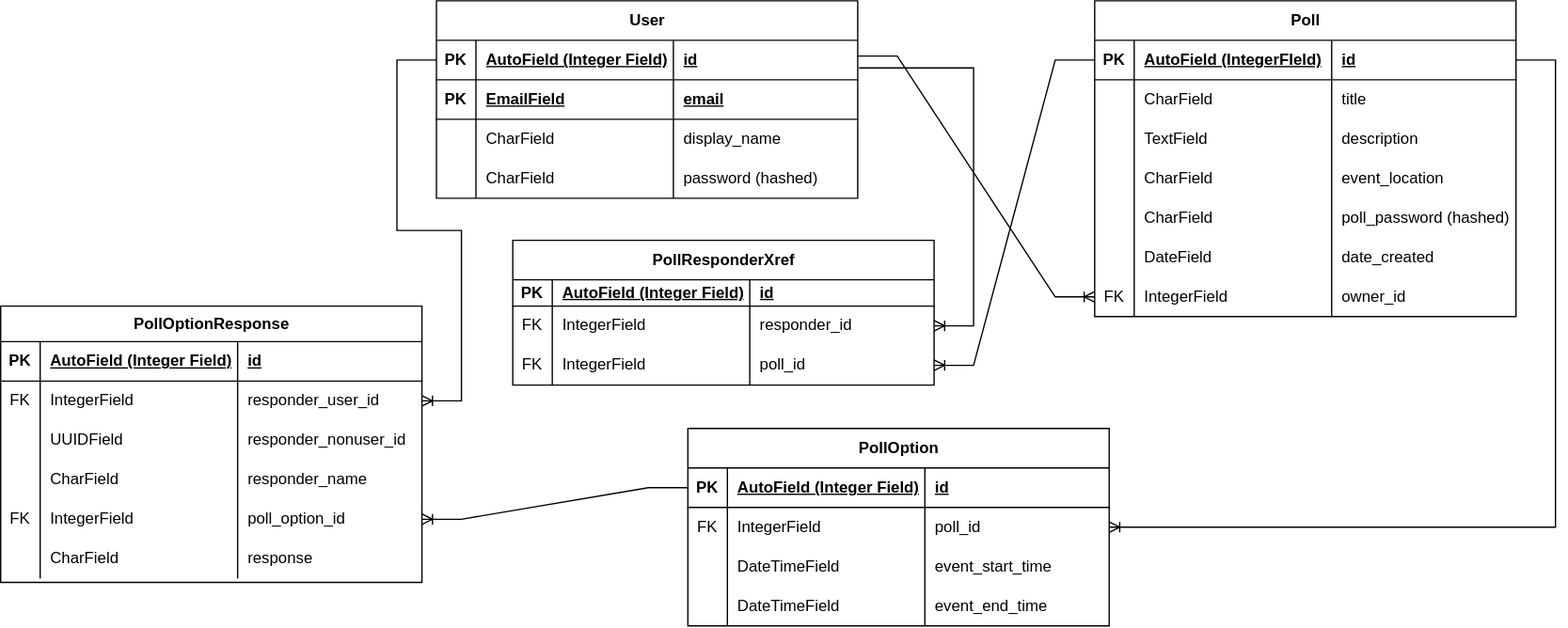
Earlier version of the draw.io export images/tallymeet_schema_drawio.svg (nghugo/portfolio). Source tidied: cells renumbered, new cells last; positions are measured from the earlier drawing's top-left corner, leaving out a move shared by most shapes.
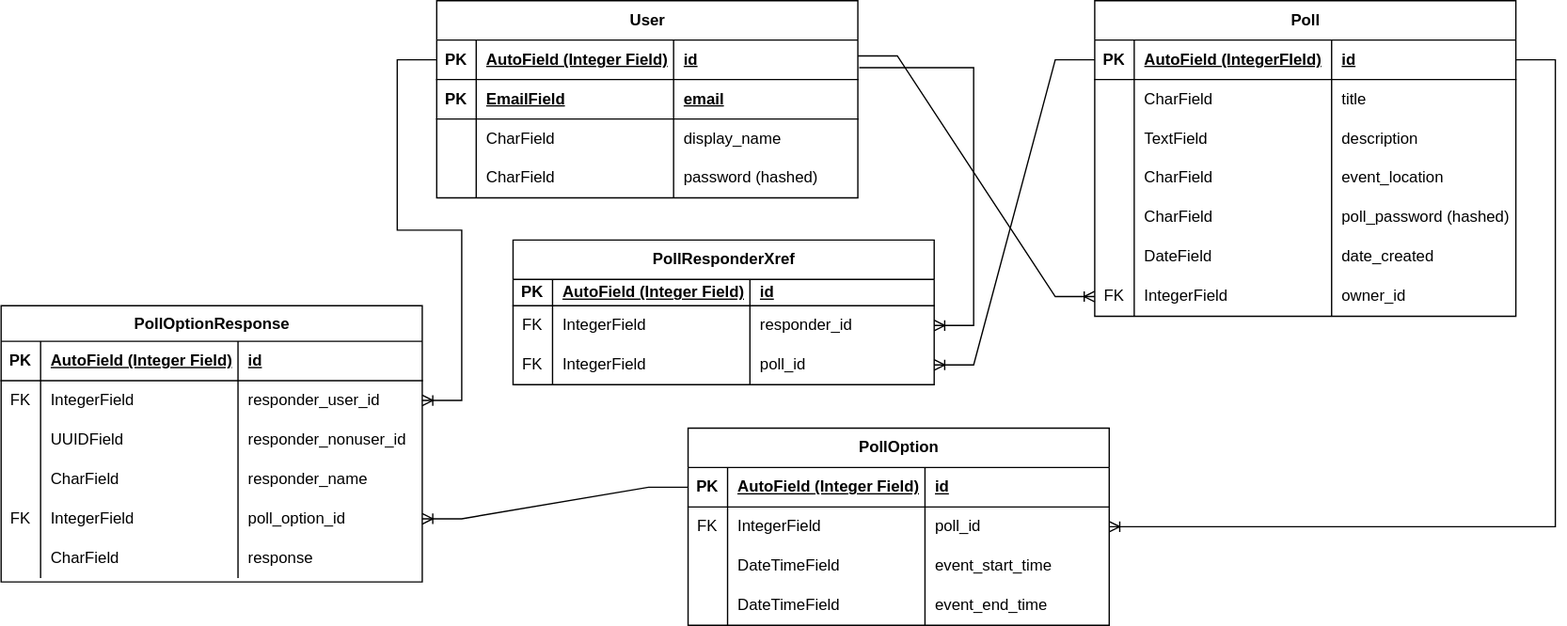
The same file after the commit.

Change to the diagram source:
```diff
@@ -2,7 +2,7 @@
   <root>
     <mxCell id="0" />
     <mxCell id="1" parent="0" />
-    <mxCell id="2" value="User" style="shape=table;startSize=30;rowLines=0;fontStyle=1;align=center;html=1;" parent="1" vertex="1">
+    <mxCell id="2" value="User" style="shape=table;startSize=30;rowLines=0;fontStyle=1;align=center;html=1;fontColor=#000000;fillStyle=auto;fillColor=none;" parent="1" vertex="1">
       <mxGeometry x="400" width="320" height="150" as="geometry" />
     </mxCell>
     <mxCell id="3" style="shape=tableRow;horizontal=0;startSize=0;swimlaneHead=0;swimlaneBody=0;fillColor=none;points=[[0,0.5],[1,0.5]];portConstraint=eastwest;top=0;left=0;right=0;bottom=1;" parent="2" vertex="1">
@@ -56,7 +56,7 @@
     <mxCell id="19" style="edgeStyle=orthogonalEdgeStyle;rounded=0;orthogonalLoop=1;jettySize=auto;html=1;exitX=1;exitY=0.5;exitDx=0;exitDy=0;" parent="2" edge="1" source="7" target="7">
       <mxGeometry relative="1" as="geometry" />
     </mxCell>
-    <mxCell id="20" value="Poll" style="shape=table;startSize=30;rowLines=0;fontStyle=1;align=center;html=1;" parent="1" vertex="1">
+    <mxCell id="20" value="Poll" style="shape=table;startSize=30;rowLines=0;fontStyle=1;align=center;html=1;fillColor=none;" parent="1" vertex="1">
       <mxGeometry x="900" width="320" height="240" as="geometry" />
     </mxCell>
     <mxCell id="21" style="shape=tableRow;horizontal=0;startSize=0;swimlaneHead=0;swimlaneBody=0;fillColor=none;points=[[0,0.5],[1,0.5]];portConstraint=eastwest;top=0;left=0;right=0;bottom=1;" parent="20" vertex="1">
@@ -143,7 +143,7 @@
     <mxCell id="48" value="owner_id" style="shape=partialRectangle;fillColor=none;top=0;left=0;bottom=0;right=0;align=left;spacingLeft=6;overflow=hidden;whiteSpace=wrap;html=1;" parent="45" vertex="1">
       <mxGeometry x="180" width="140" height="30" as="geometry" />
     </mxCell>
-    <mxCell id="49" value="PollOption" style="shape=table;startSize=30;rowLines=0;fontStyle=1;align=center;html=1;" parent="1" vertex="1">
+    <mxCell id="49" value="PollOption" style="shape=table;startSize=30;rowLines=0;fontStyle=1;align=center;html=1;fillColor=none;" parent="1" vertex="1">
       <mxGeometry x="591" y="325" width="320" height="150" as="geometry" />
     </mxCell>
     <mxCell id="50" style="shape=tableRow;horizontal=0;startSize=0;swimlaneHead=0;swimlaneBody=0;fillColor=none;points=[[0,0.5],[1,0.5]];portConstraint=eastwest;top=0;left=0;right=0;bottom=1;" parent="49" vertex="1">
@@ -194,7 +194,7 @@
     <mxCell id="65" value="event_end_time" style="shape=partialRectangle;fillColor=none;top=0;left=0;bottom=0;right=0;align=left;spacingLeft=6;overflow=hidden;whiteSpace=wrap;html=1;" parent="62" vertex="1">
       <mxGeometry x="180" width="140" height="30" as="geometry" />
     </mxCell>
-    <mxCell id="66" value="PollOptionResponse" style="shape=table;startSize=27;rowLines=0;fontStyle=1;align=center;html=1;" parent="1" vertex="1">
+    <mxCell id="66" value="PollOptionResponse" style="shape=table;startSize=27;rowLines=0;fontStyle=1;align=center;html=1;fillColor=none;" parent="1" vertex="1">
       <mxGeometry x="69" y="232" width="320" height="210" as="geometry" />
     </mxCell>
     <mxCell id="67" style="shape=tableRow;horizontal=0;startSize=0;swimlaneHead=0;swimlaneBody=0;fillColor=none;top=0;left=0;right=0;bottom=1;" parent="66" vertex="1">
@@ -269,7 +269,7 @@
     <mxCell id="90" value="response" style="shape=partialRectangle;fillColor=none;top=0;left=0;bottom=0;right=0;align=left;spacingLeft=6;overflow=hidden;whiteSpace=wrap;html=1;" parent="87" vertex="1">
       <mxGeometry x="180" width="140" height="30" as="geometry" />
     </mxCell>
-    <mxCell id="91" value="PollResponderXref" style="shape=table;startSize=30;rowLines=0;fontStyle=1;align=center;html=1;" parent="1" vertex="1">
+    <mxCell id="91" value="PollResponderXref" style="shape=table;startSize=30;rowLines=0;fontStyle=1;align=center;html=1;fillColor=none;" parent="1" vertex="1">
       <mxGeometry x="458" y="182" width="320" height="110" as="geometry" />
     </mxCell>
     <mxCell id="92" style="shape=tableRow;horizontal=0;startSize=0;swimlaneHead=0;swimlaneBody=0;fillColor=none;top=0;left=0;right=0;bottom=1;" parent="91" vertex="1">
```
